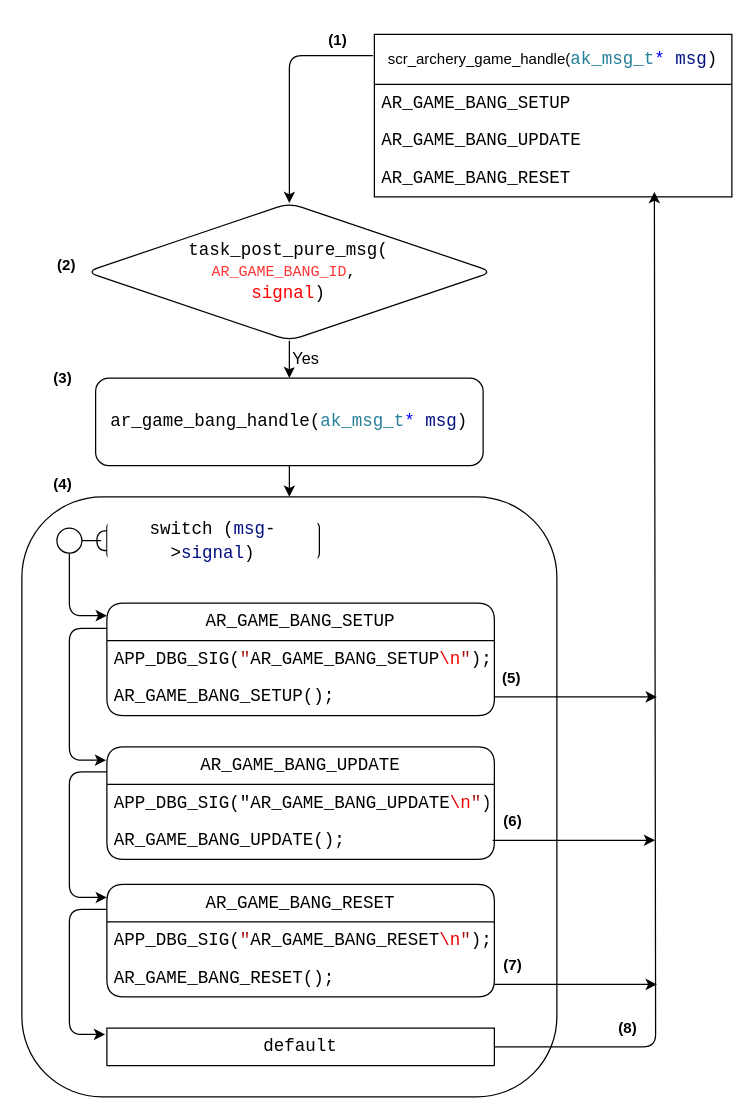
This is bang_sequence.drawio from QuocBuu/drawio, a draw.io file, before an edit. Source tidied: cells renumbered, new cells numbered last; positions are measured from the earlier drawing's top-left corner, leaving out a move shared by most shapes. Both pictures are drawn from the tidied source at 125%, with x=0, y=0 at pixel (21, 21).
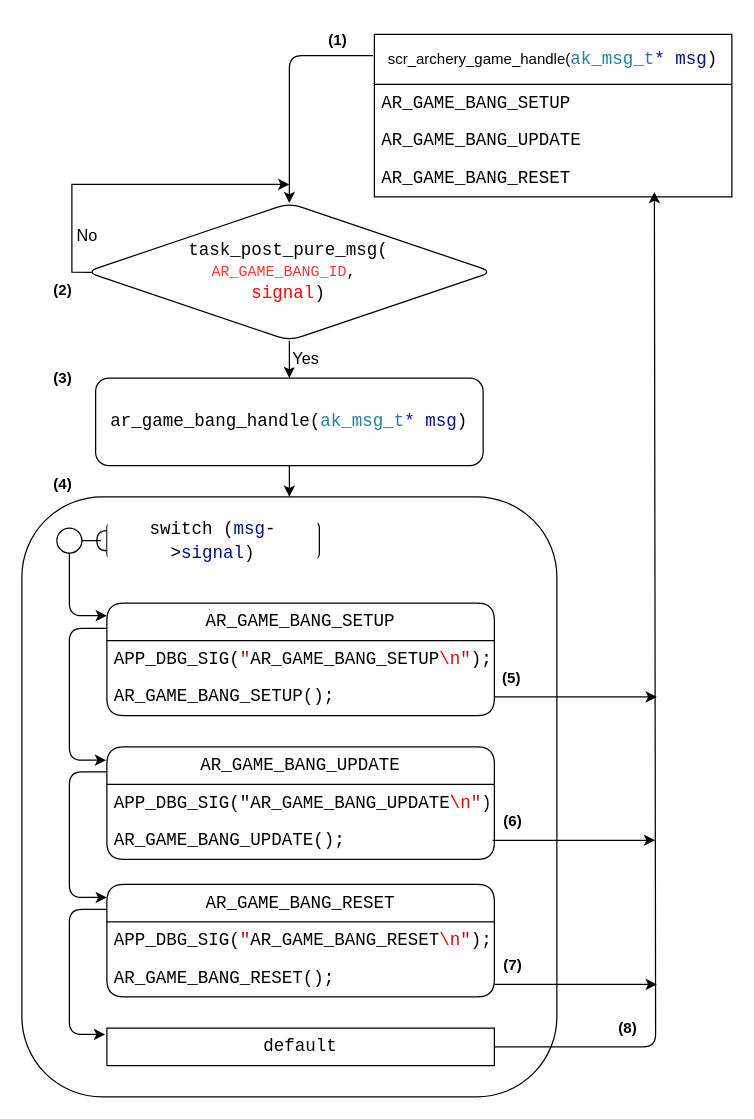
After the change.

The change refers to these unchanged cells:
```xml
<mxCell id="29" value="&lt;div style=&quot;background-color: rgb(255, 255, 255); font-family: Consolas, &amp;quot;Courier New&amp;quot;, monospace; font-size: 14px; line-height: 19px;&quot;&gt;task_post_pure_msg(&lt;/div&gt;&lt;span style=&quot;background-color: rgb(255, 255, 255);&quot;&gt;&lt;font face=&quot;Consolas, Courier New, monospace&quot; color=&quot;#ff3333&quot;&gt;AR_GAME_BANG_ID&lt;/font&gt;&lt;font face=&quot;Consolas, Courier New, monospace&quot;&gt;,&amp;nbsp;&lt;/font&gt;&lt;/span&gt;&lt;font face=&quot;Consolas, Courier New, monospace&quot; color=&quot;#ff3333&quot;&gt;&lt;br&gt;&lt;/font&gt;&lt;div style=&quot;background-color: rgb(255, 255, 255); font-family: Consolas, &amp;quot;Courier New&amp;quot;, monospace; font-size: 14px; line-height: 19px;&quot;&gt;&lt;font color=&quot;#ff0000&quot;&gt;signal&lt;/font&gt;)&lt;/div&gt;" style="rhombus;whiteSpace=wrap;html=1;rounded=1;" parent="1" vertex="1">
  <mxGeometry x="51.4" y="145" width="325.2" height="110" as="geometry" />
</mxCell>
```

Change to the diagram source:
```diff
@@
+    <mxCell id="42" style="edgeStyle=orthogonalEdgeStyle;rounded=0;jettySize=auto;html=1;exitX=0.014;exitY=0.503;exitDx=0;exitDy=0;exitPerimeter=0;" parent="1" edge="1" source="29">
+      <mxGeometry relative="1" as="geometry">
+        <mxPoint x="214" y="130" as="targetPoint" />
+        <Array as="points">
+          <mxPoint x="40" y="200" />
+          <mxPoint x="40" y="130" />
+        </Array>
+      </mxGeometry>
+    </mxCell>
+    <mxCell id="43" value="&lt;font style=&quot;font-size: 13px;&quot;&gt;No&lt;/font&gt;" style="edgeLabel;html=1;align=center;verticalAlign=middle;" parent="42" vertex="1">
+      <mxGeometry x="-0.7" y="-1" relative="1" as="geometry">
+        <mxPoint x="10" y="-7" as="offset" />
+      </mxGeometry>
+    </mxCell>
@@
     <mxCell id="31" value="&lt;b&gt;(2)&lt;/b&gt;" style="text;html=1;strokeColor=none;fillColor=none;align=center;verticalAlign=middle;whiteSpace=wrap;rounded=0;" parent="1" vertex="1">
-      <mxGeometry x="21.4" y="180" width="30" height="30" as="geometry" />
+      <mxGeometry x="18" y="200" width="30" height="30" as="geometry" />
     </mxCell>
```
